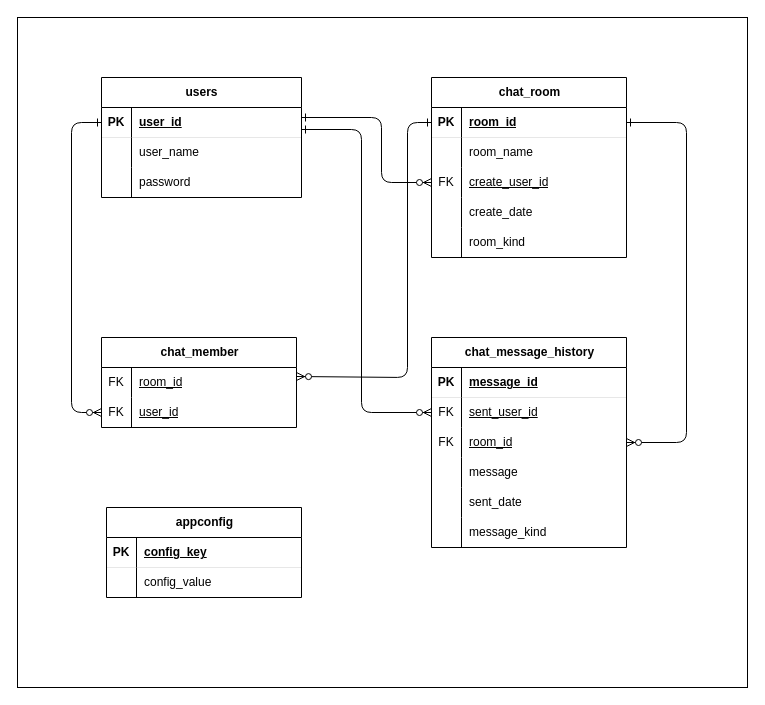
Before: DB設計/ER図.drawio in inakuuun/IksInfoShare, a draw.io diagram. Source tidied: cells renumbered, new cells numbered last; positions are measured from the earlier drawing's top-left corner, leaving out a move shared by most shapes. Both pictures are drawn from the tidied source at 100%, with x=0, y=0 at pixel (17, 17).
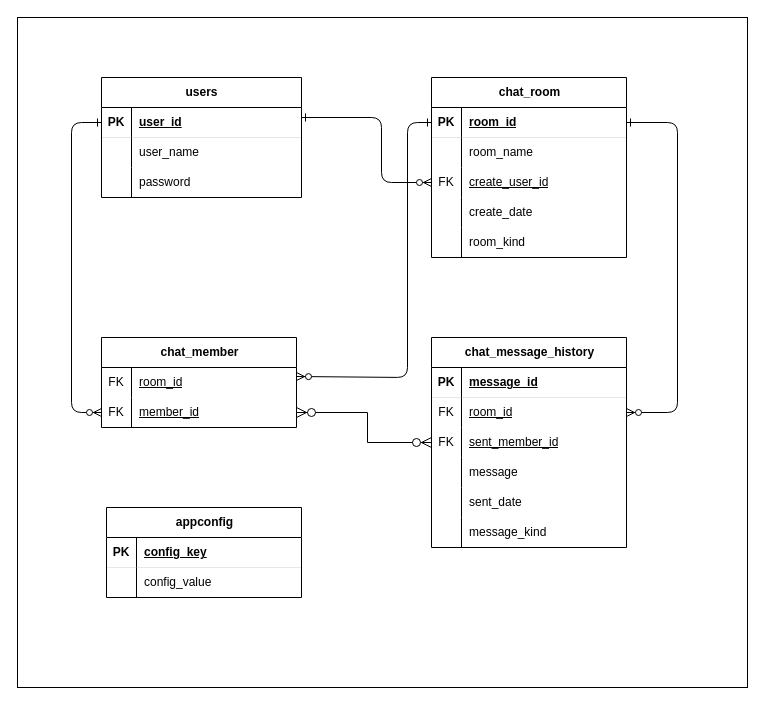
After the change.

Commit message:
ER図.drawio を更新します

Unchanged cells that the change refers to:
```xml
<mxCell id="6" style="shape=tableRow;horizontal=0;startSize=0;swimlaneHead=0;swimlaneBody=0;fillColor=none;points=[[0,0.5],[1,0.5]];portConstraint=eastwest;top=0;left=0;right=0;bottom=1;strokeColor=default;align=center;verticalAlign=middle;fontFamily=Helvetica;fontSize=12;fontColor=default;strokeWidth=0;" parent="5" vertex="1">
  <mxGeometry y="30" width="195" height="30" as="geometry" />
</mxCell>
<mxCell id="25" style="shape=tableRow;horizontal=0;startSize=0;swimlaneHead=0;swimlaneBody=0;fillColor=none;points=[[0,0.5],[1,0.5]];portConstraint=eastwest;top=0;left=0;right=0;bottom=0;strokeColor=default;align=center;verticalAlign=middle;fontFamily=Helvetica;fontSize=12;fontColor=default;" parent="21" vertex="1">
  <mxGeometry y="60" width="195" height="30" as="geometry" />
</mxCell>
<mxCell id="28" style="shape=tableRow;horizontal=0;startSize=0;swimlaneHead=0;swimlaneBody=0;fillColor=none;points=[[0,0.5],[1,0.5]];portConstraint=eastwest;top=0;left=0;right=0;bottom=0;strokeColor=default;align=center;verticalAlign=middle;fontFamily=Helvetica;fontSize=12;fontColor=default;" parent="21" vertex="1">
  <mxGeometry y="90" width="195" height="30" as="geometry" />
</mxCell>
<mxCell id="56" style="shape=tableRow;horizontal=0;startSize=0;swimlaneHead=0;swimlaneBody=0;fillColor=none;points=[[0,0.5],[1,0.5]];portConstraint=eastwest;top=0;left=0;right=0;bottom=0;strokeColor=default;align=center;verticalAlign=middle;fontFamily=Helvetica;fontSize=12;fontColor=default;" parent="52" vertex="1">
  <mxGeometry y="60" width="195" height="30" as="geometry" />
</mxCell>
```

The edit, as a diff of the source:
```diff
@@
-    <mxCell id="27" value="sent_user_id" style="shape=partialRectangle;fillColor=none;top=0;left=0;bottom=0;right=0;align=left;spacingLeft=6;overflow=hidden;whiteSpace=wrap;html=1;strokeColor=default;verticalAlign=middle;fontFamily=Helvetica;fontSize=12;fontColor=default;fontStyle=4;" parent="25" vertex="1">
+    <mxCell id="27" value="room_id" style="shape=partialRectangle;fillColor=none;top=0;left=0;bottom=0;right=0;align=left;spacingLeft=6;overflow=hidden;whiteSpace=wrap;html=1;strokeColor=default;verticalAlign=middle;fontFamily=Helvetica;fontSize=12;fontColor=default;fontStyle=4;" parent="25" vertex="1">
       <mxGeometry x="30" width="165" height="30" as="geometry" />
     </mxCell>
@@
-    <mxCell id="30" value="room_id" style="shape=partialRectangle;fillColor=none;top=0;left=0;bottom=0;right=0;align=left;spacingLeft=6;overflow=hidden;whiteSpace=wrap;html=1;strokeColor=default;verticalAlign=middle;fontFamily=Helvetica;fontSize=12;fontColor=default;fontStyle=4;" parent="28" vertex="1">
-      <mxGeometry x="30" width="165" height="30" as="geometry" />
-    </mxCell>
+    <mxCell id="68" value="sent_member_id" style="shape=partialRectangle;fillColor=none;top=0;left=0;bottom=0;right=0;align=left;spacingLeft=6;overflow=hidden;whiteSpace=wrap;html=1;strokeColor=default;verticalAlign=middle;fontFamily=Helvetica;fontSize=12;fontColor=default;fontStyle=4;" parent="28" vertex="1">
+      <mxGeometry x="30" width="165" height="30" as="geometry" />
+    </mxCell>
@@
-    <mxCell id="50" style="endArrow=ERzeroToMany;startArrow=ERone;endFill=1;startFill=0;entryX=0;entryY=0.5;entryDx=0;entryDy=0;" parent="1" edge="1" target="25">
-      <mxGeometry relative="1" as="geometry">
-        <mxPoint x="284" y="112" as="sourcePoint" />
-        <Array as="points">
-          <mxPoint x="344" y="112" />
-          <mxPoint x="344" y="395" />
-        </Array>
-      </mxGeometry>
-    </mxCell>
-    <mxCell id="51" style="endArrow=ERzeroToMany;startArrow=ERone;endFill=1;startFill=0;entryX=1;entryY=0.5;entryDx=0;entryDy=0;exitX=1;exitY=0.5;exitDx=0;exitDy=0;" parent="1" edge="1" source="6" target="28">
-      <mxGeometry relative="1" as="geometry">
-        <Array as="points">
-          <mxPoint x="669" y="105" />
-          <mxPoint x="669" y="425" />
-        </Array>
-      </mxGeometry>
-    </mxCell>
@@
-    <mxCell id="58" value="user_id" style="shape=partialRectangle;fillColor=none;top=0;left=0;bottom=0;right=0;align=left;spacingLeft=6;overflow=hidden;whiteSpace=wrap;html=1;strokeColor=default;verticalAlign=middle;fontFamily=Helvetica;fontSize=12;fontColor=default;fontStyle=4;" parent="56" vertex="1">
+    <mxCell id="58" value="member_id" style="shape=partialRectangle;fillColor=none;top=0;left=0;bottom=0;right=0;align=left;spacingLeft=6;overflow=hidden;whiteSpace=wrap;html=1;strokeColor=default;verticalAlign=middle;fontFamily=Helvetica;fontSize=12;fontColor=default;fontStyle=4;" parent="56" vertex="1">
       <mxGeometry x="30" width="165" height="30" as="geometry" />
     </mxCell>
@@
+    <mxCell id="69" style="endArrow=ERzeroToMany;startArrow=ERone;endFill=1;startFill=0;exitX=1;exitY=0.5;exitDx=0;exitDy=0;" parent="1" edge="1" source="6" target="25">
+      <mxGeometry relative="1" as="geometry">
+        <Array as="points">
+          <mxPoint x="660" y="105" />
+          <mxPoint x="660" y="395" />
+        </Array>
+      </mxGeometry>
+    </mxCell>
+    <mxCell id="70" style="fontSize=12;html=1;endArrow=ERzeroToMany;endFill=1;startArrow=ERzeroToMany;rounded=0;startSize=8;endSize=8;exitX=1;exitY=0.5;exitDx=0;exitDy=0;entryX=0;entryY=0.5;entryDx=0;entryDy=0;" parent="1" edge="1" source="56" target="28">
+      <mxGeometry relative="1" as="geometry">
+        <Array as="points">
+          <mxPoint x="350" y="395" />
+          <mxPoint x="350" y="425" />
+        </Array>
+      </mxGeometry>
+    </mxCell>
```
